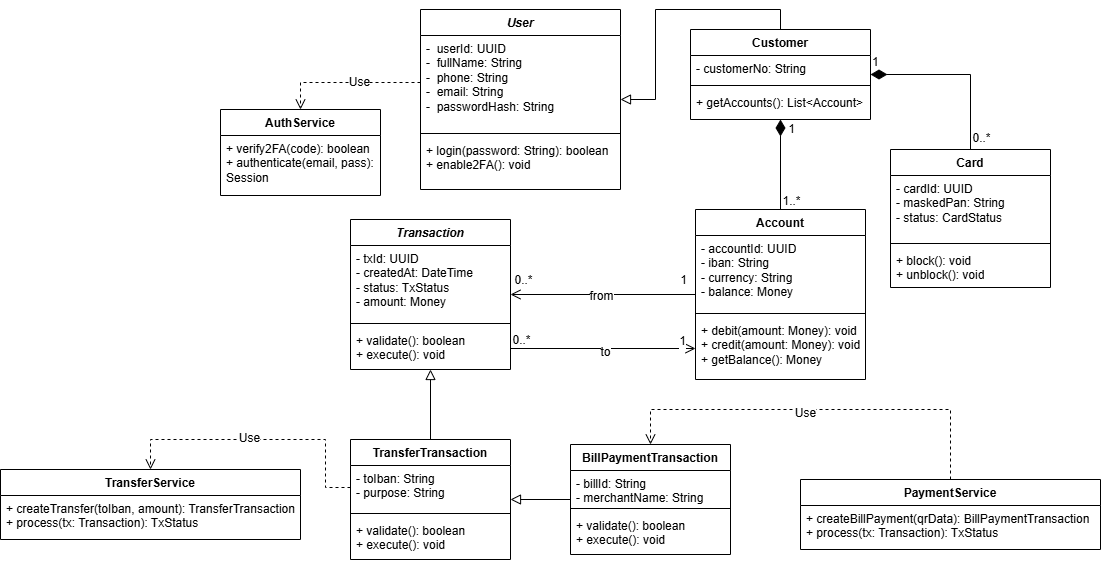
Before: images/CLASS_DIAGRAM.png, a diagram exported from draw.io (ParentFigure/SoftwareDocumentationLabs). Source tidied: cells renumbered, new cells last; positions are measured from the earlier drawing's top-left corner, leaving out a move shared by most shapes.
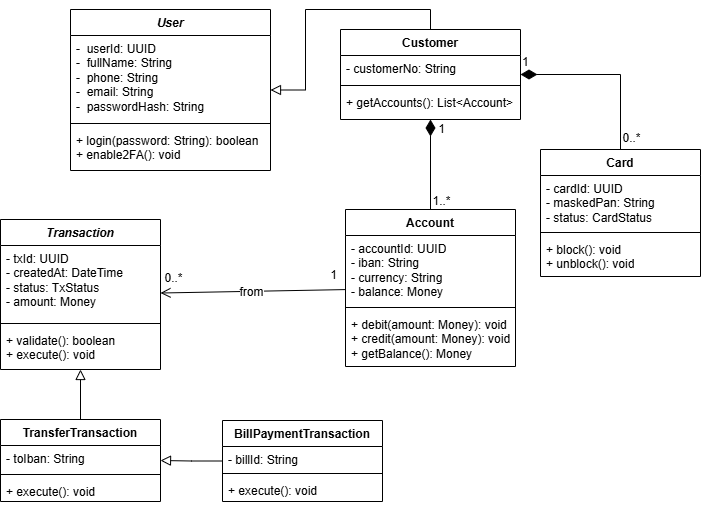
Above is the later version.

Commit message:
Simplified Class Diagram

What changed in the source:
```diff
@@ -3,16 +3,16 @@
     <mxCell id="0" />
     <mxCell id="1" parent="0" />
     <mxCell id="2" value="&lt;i&gt;User&lt;/i&gt;" style="swimlane;fontStyle=1;align=center;verticalAlign=top;horizontal=1;startSize=26;whiteSpace=wrap;html=1;" parent="1" vertex="1">
-      <mxGeometry x="420" width="200" height="180" as="geometry" />
+      <mxGeometry x="420" width="200" height="161" as="geometry" />
     </mxCell>
     <mxCell id="3" value="-&amp;nbsp; userId: UUID&lt;div&gt;-&amp;nbsp; fullName: String&lt;/div&gt;&lt;div&gt;-&amp;nbsp; phone: String&lt;/div&gt;&lt;div&gt;-&amp;nbsp; email: String&lt;/div&gt;&lt;div&gt;-&amp;nbsp; passwordHash: String&lt;/div&gt;" style="text;strokeColor=none;fillColor=none;align=left;verticalAlign=top;spacingLeft=4;spacingRight=4;overflow=hidden;points=[[0,0.5],[1,0.5]];portConstraint=eastwest;whiteSpace=wrap;html=1;" parent="2" vertex="1">
-      <mxGeometry y="26" width="200" height="94" as="geometry" />
+      <mxGeometry y="26" width="200" height="84" as="geometry" />
     </mxCell>
     <mxCell id="4" style="line;strokeWidth=1;fillColor=none;align=left;verticalAlign=middle;spacingTop=-1;spacingLeft=3;spacingRight=3;labelPosition=right;strokeColor=inherit;" parent="2" vertex="1">
-      <mxGeometry y="120" width="200" height="8" as="geometry" />
+      <mxGeometry y="110" width="200" height="8" as="geometry" />
     </mxCell>
     <mxCell id="5" value="+ login(password: String): boolean&lt;div&gt;+ enable2FA(): void&lt;/div&gt;" style="text;strokeColor=none;fillColor=none;align=left;verticalAlign=top;spacingLeft=4;spacingRight=4;overflow=hidden;whiteSpace=wrap;html=1;" parent="2" vertex="1">
-      <mxGeometry y="128" width="200" height="52" as="geometry" />
+      <mxGeometry y="118" width="200" height="43" as="geometry" />
     </mxCell>
     <mxCell id="6" style="edgeStyle=orthogonalEdgeStyle;rounded=0;jettySize=auto;html=1;exitX=0.5;exitY=0;exitDx=0;exitDy=0;fontSize=12;startSize=8;endSize=8;endArrow=block;endFill=0;" parent="1" edge="1" source="7" target="2">
       <mxGeometry relative="1" as="geometry" />
@@ -29,7 +29,7 @@
     <mxCell id="10" value="+ getAccounts(): List&amp;lt;Account&amp;gt;" style="text;strokeColor=none;fillColor=none;align=left;verticalAlign=top;spacingLeft=4;spacingRight=4;overflow=hidden;whiteSpace=wrap;html=1;" parent="7" vertex="1">
       <mxGeometry y="60" width="180" height="30" as="geometry" />
     </mxCell>
-    <mxCell id="11" style="edgeStyle=orthogonalEdgeStyle;rounded=0;jettySize=auto;html=1;fontSize=12;startSize=8;endSize=8;endArrow=open;endFill=0;startArrow=none;startFill=0;" parent="1" edge="1" source="15" target="28">
+    <mxCell id="11" style="rounded=0;jettySize=auto;html=1;fontSize=12;startSize=8;endSize=8;endArrow=open;endFill=0;startArrow=none;startFill=0;" parent="1" edge="1" source="15" target="28">
       <mxGeometry relative="1" as="geometry" />
     </mxCell>
     <mxCell id="12" value="1" style="edgeLabel;html=1;align=center;verticalAlign=middle;fontSize=12;" parent="11" vertex="1">
@@ -48,16 +48,16 @@
       </mxGeometry>
     </mxCell>
     <mxCell id="15" value="Account" style="swimlane;fontStyle=1;align=center;verticalAlign=top;horizontal=1;startSize=26;whiteSpace=wrap;html=1;" parent="1" vertex="1">
-      <mxGeometry x="695" y="200" width="170" height="170" as="geometry" />
+      <mxGeometry x="695" y="200" width="170" height="157" as="geometry" />
     </mxCell>
     <mxCell id="16" value="- accountId: UUID&lt;div&gt;- iban: String&lt;/div&gt;&lt;div&gt;- currency: String&lt;/div&gt;&lt;div&gt;- balance: Money&lt;/div&gt;" style="text;strokeColor=none;fillColor=none;align=left;verticalAlign=top;spacingLeft=4;spacingRight=4;overflow=hidden;whiteSpace=wrap;html=1;" parent="15" vertex="1">
-      <mxGeometry y="26" width="170" height="74" as="geometry" />
+      <mxGeometry y="26" width="170" height="68" as="geometry" />
     </mxCell>
     <mxCell id="17" style="line;strokeWidth=1;fillColor=none;align=left;verticalAlign=middle;spacingTop=-1;spacingLeft=3;spacingRight=3;labelPosition=right;strokeColor=inherit;" parent="15" vertex="1">
-      <mxGeometry y="100" width="170" height="8" as="geometry" />
+      <mxGeometry y="94" width="170" height="8" as="geometry" />
     </mxCell>
     <mxCell id="18" value="+ debit(amount: Money): void&lt;div&gt;+ credit(amount: Money): void&lt;/div&gt;&lt;div&gt;+ getBalance(): Money&lt;/div&gt;" style="text;strokeColor=none;fillColor=none;align=left;verticalAlign=top;spacingLeft=4;spacingRight=4;overflow=hidden;points=[[0,0.5],[1,0.5]];portConstraint=eastwest;whiteSpace=wrap;html=1;" parent="15" vertex="1">
-      <mxGeometry y="108" width="170" height="62" as="geometry" />
+      <mxGeometry y="102" width="170" height="55" as="geometry" />
     </mxCell>
     <mxCell id="19" style="endArrow=none;html=1;endSize=12;startArrow=diamondThin;startSize=14;startFill=1;edgeStyle=orthogonalEdgeStyle;align=left;verticalAlign=bottom;rounded=0;fontSize=12;entryX=0.5;entryY=0;entryDx=0;entryDy=0;endFill=0;" parent="1" edge="1" source="7" target="15">
       <mxGeometry x="-1" y="3" relative="1" as="geometry" />
@@ -73,16 +73,16 @@
       </mxGeometry>
     </mxCell>
     <mxCell id="22" value="Card" style="swimlane;fontStyle=1;align=center;verticalAlign=top;horizontal=1;startSize=26;whiteSpace=wrap;html=1;" parent="1" vertex="1">
-      <mxGeometry x="890" y="140" width="160" height="138" as="geometry" />
+      <mxGeometry x="890" y="140" width="160" height="127" as="geometry" />
     </mxCell>
     <mxCell id="23" value="- cardId: UUID&lt;div&gt;- maskedPan: String&lt;/div&gt;&lt;div&gt;- status: CardStatus&lt;/div&gt;" style="text;strokeColor=none;fillColor=none;align=left;verticalAlign=top;spacingLeft=4;spacingRight=4;overflow=hidden;whiteSpace=wrap;html=1;" parent="22" vertex="1">
-      <mxGeometry y="26" width="160" height="64" as="geometry" />
+      <mxGeometry y="26" width="160" height="53" as="geometry" />
     </mxCell>
     <mxCell id="24" style="line;strokeWidth=1;fillColor=none;align=left;verticalAlign=middle;spacingTop=-1;spacingLeft=3;spacingRight=3;labelPosition=right;strokeColor=inherit;" parent="22" vertex="1">
-      <mxGeometry y="90" width="160" height="8" as="geometry" />
+      <mxGeometry y="79" width="160" height="8" as="geometry" />
     </mxCell>
     <mxCell id="25" value="+ block(): void&lt;div&gt;+ unblock(): void&lt;/div&gt;" style="text;strokeColor=none;fillColor=none;align=left;verticalAlign=top;spacingLeft=4;spacingRight=4;overflow=hidden;whiteSpace=wrap;html=1;" parent="22" vertex="1">
-      <mxGeometry y="98" width="160" height="40" as="geometry" />
+      <mxGeometry y="87" width="160" height="40" as="geometry" />
     </mxCell>
     <mxCell id="26" value="1" style="endArrow=none;html=1;endSize=12;startArrow=diamondThin;startSize=14;startFill=1;edgeStyle=orthogonalEdgeStyle;align=left;verticalAlign=bottom;rounded=0;fontSize=12;endFill=0;" parent="1" edge="1" source="7" target="22">
       <mxGeometry x="-1" y="3" relative="1" as="geometry" />
@@ -108,94 +108,31 @@
       <mxGeometry relative="1" as="geometry" />
     </mxCell>
     <mxCell id="33" value="TransferTransaction" style="swimlane;fontStyle=1;align=center;verticalAlign=top;horizontal=1;startSize=26;whiteSpace=wrap;html=1;" parent="1" vertex="1">
-      <mxGeometry x="350" y="430" width="160" height="120" as="geometry" />
+      <mxGeometry x="350" y="410" width="160" height="82" as="geometry" />
     </mxCell>
-    <mxCell id="34" value="- toIban: String&lt;div&gt;- purpose: String&lt;/div&gt;" style="text;strokeColor=none;fillColor=none;align=left;verticalAlign=top;spacingLeft=4;spacingRight=4;overflow=hidden;points=[[0,0.5],[1,0.5]];portConstraint=eastwest;whiteSpace=wrap;html=1;" parent="33" vertex="1">
-      <mxGeometry y="26" width="160" height="44" as="geometry" />
+    <mxCell id="34" value="- toIban: String" style="text;strokeColor=none;fillColor=none;align=left;verticalAlign=top;spacingLeft=4;spacingRight=4;overflow=hidden;points=[[0,0.5],[1,0.5]];portConstraint=eastwest;whiteSpace=wrap;html=1;" parent="33" vertex="1">
+      <mxGeometry y="26" width="160" height="25" as="geometry" />
     </mxCell>
     <mxCell id="35" style="line;strokeWidth=1;fillColor=none;align=left;verticalAlign=middle;spacingTop=-1;spacingLeft=3;spacingRight=3;labelPosition=right;strokeColor=inherit;" parent="33" vertex="1">
-      <mxGeometry y="70" width="160" height="8" as="geometry" />
+      <mxGeometry y="51" width="160" height="8" as="geometry" />
     </mxCell>
-    <mxCell id="36" value="+ validate(): boolean&lt;div&gt;+ execute(): void&lt;/div&gt;" style="text;strokeColor=none;fillColor=none;align=left;verticalAlign=top;spacingLeft=4;spacingRight=4;overflow=hidden;whiteSpace=wrap;html=1;" parent="33" vertex="1">
-      <mxGeometry y="78" width="160" height="42" as="geometry" />
+    <mxCell id="36" value="&lt;div&gt;+ execute(): void&lt;/div&gt;" style="text;strokeColor=none;fillColor=none;align=left;verticalAlign=top;spacingLeft=4;spacingRight=4;overflow=hidden;whiteSpace=wrap;html=1;" parent="33" vertex="1">
+      <mxGeometry y="59" width="160" height="23" as="geometry" />
     </mxCell>
     <mxCell id="37" style="edgeStyle=orthogonalEdgeStyle;rounded=0;jettySize=auto;html=1;fontSize=12;startSize=8;endSize=8;endArrow=block;endFill=0;" parent="1" edge="1" source="38" target="33">
       <mxGeometry relative="1" as="geometry" />
     </mxCell>
     <mxCell id="38" value="BillPaymentTransaction" style="swimlane;fontStyle=1;align=center;verticalAlign=top;horizontal=1;startSize=26;whiteSpace=wrap;html=1;" parent="1" vertex="1">
-      <mxGeometry x="570" y="435" width="160" height="110" as="geometry" />
+      <mxGeometry x="572" y="411" width="160" height="81" as="geometry" />
     </mxCell>
-    <mxCell id="39" value="- billId: String&lt;div&gt;- merchantName: String&lt;/div&gt;" style="text;strokeColor=none;fillColor=none;align=left;verticalAlign=top;spacingLeft=4;spacingRight=4;overflow=hidden;whiteSpace=wrap;html=1;" parent="38" vertex="1">
-      <mxGeometry y="26" width="160" height="34" as="geometry" />
+    <mxCell id="39" value="- billId: String" style="text;strokeColor=none;fillColor=none;align=left;verticalAlign=top;spacingLeft=4;spacingRight=4;overflow=hidden;whiteSpace=wrap;html=1;" parent="38" vertex="1">
+      <mxGeometry y="26" width="160" height="23" as="geometry" />
     </mxCell>
     <mxCell id="40" style="line;strokeWidth=1;fillColor=none;align=left;verticalAlign=middle;spacingTop=-1;spacingLeft=3;spacingRight=3;labelPosition=right;strokeColor=inherit;" parent="38" vertex="1">
-      <mxGeometry y="60" width="160" height="8" as="geometry" />
+      <mxGeometry y="49" width="160" height="8" as="geometry" />
     </mxCell>
-    <mxCell id="41" value="+ validate(): boolean&lt;div&gt;+ execute(): void&lt;/div&gt;" style="text;strokeColor=none;fillColor=none;align=left;verticalAlign=top;spacingLeft=4;spacingRight=4;overflow=hidden;whiteSpace=wrap;html=1;" parent="38" vertex="1">
-      <mxGeometry y="68" width="160" height="42" as="geometry" />
+    <mxCell id="41" value="&lt;div&gt;+ execute(): void&lt;/div&gt;" style="text;strokeColor=none;fillColor=none;align=left;verticalAlign=top;spacingLeft=4;spacingRight=4;overflow=hidden;whiteSpace=wrap;html=1;" parent="38" vertex="1">
+      <mxGeometry y="57" width="160" height="24" as="geometry" />
     </mxCell>
-    <mxCell id="42" value="AuthService" style="swimlane;fontStyle=1;align=center;verticalAlign=top;horizontal=1;startSize=26;whiteSpace=wrap;html=1;" parent="1" vertex="1">
-      <mxGeometry x="220" y="100" width="160" height="86" as="geometry" />
-    </mxCell>
-    <mxCell id="43" value="+ verify2FA(code): boolean&lt;div&gt;+ authenticate(email, pass): Session&lt;/div&gt;" style="text;strokeColor=none;fillColor=none;align=left;verticalAlign=top;spacingLeft=4;spacingRight=4;overflow=hidden;whiteSpace=wrap;html=1;" parent="42" vertex="1">
-      <mxGeometry y="26" width="160" height="60" as="geometry" />
-    </mxCell>
-    <mxCell id="44" style="edgeStyle=orthogonalEdgeStyle;rounded=0;jettySize=auto;html=1;exitX=0.5;exitY=0;exitDx=0;exitDy=0;entryX=0.5;entryY=0;entryDx=0;entryDy=0;fontSize=12;startSize=8;endSize=8;endArrow=open;endFill=0;dashed=1;" parent="1" edge="1" source="46" target="38">
-      <mxGeometry relative="1" as="geometry">
-        <Array as="points">
-          <mxPoint x="950" y="400" />
-          <mxPoint x="650" y="400" />
-        </Array>
-      </mxGeometry>
-    </mxCell>
-    <mxCell id="45" value="Use" style="edgeLabel;html=1;align=center;verticalAlign=middle;fontSize=12;" parent="44" vertex="1">
-      <mxGeometry x="0.06" y="3" relative="1" as="geometry">
-        <mxPoint x="-1" as="offset" />
-      </mxGeometry>
-    </mxCell>
-    <mxCell id="46" value="PaymentService" style="swimlane;fontStyle=1;align=center;verticalAlign=top;horizontal=1;startSize=26;whiteSpace=wrap;html=1;" parent="1" vertex="1">
-      <mxGeometry x="800" y="470" width="300" height="70" as="geometry" />
-    </mxCell>
-    <mxCell id="47" value="+ createBillPayment(qrData): BillPaymentTransaction&lt;div&gt;+ process(tx: Transaction): TxStatus&lt;/div&gt;" style="text;strokeColor=none;fillColor=none;align=left;verticalAlign=top;spacingLeft=4;spacingRight=4;overflow=hidden;whiteSpace=wrap;html=1;" parent="46" vertex="1">
-      <mxGeometry y="26" width="300" height="44" as="geometry" />
-    </mxCell>
-    <mxCell id="48" value="TransferService" style="swimlane;fontStyle=1;align=center;verticalAlign=top;horizontal=1;startSize=26;whiteSpace=wrap;html=1;" parent="1" vertex="1">
-      <mxGeometry y="460" width="300" height="70" as="geometry" />
-    </mxCell>
-    <mxCell id="49" value="+ createTransfer(toIban, amount): TransferTransaction&lt;div&gt;+ process(tx: Transaction): TxStatus&lt;/div&gt;" style="text;strokeColor=none;fillColor=none;align=left;verticalAlign=top;spacingLeft=4;spacingRight=4;overflow=hidden;whiteSpace=wrap;html=1;" parent="48" vertex="1">
-      <mxGeometry y="26" width="300" height="44" as="geometry" />
-    </mxCell>
-    <mxCell id="50" style="edgeStyle=orthogonalEdgeStyle;rounded=0;jettySize=auto;html=1;exitX=0;exitY=0.5;exitDx=0;exitDy=0;fontSize=12;startSize=8;endSize=8;entryX=0.5;entryY=0;entryDx=0;entryDy=0;endArrow=open;endFill=0;dashed=1;" parent="1" edge="1" source="3" target="42">
-      <mxGeometry relative="1" as="geometry" />
-    </mxCell>
-    <mxCell id="51" value="Use" style="edgeLabel;html=1;align=center;verticalAlign=middle;fontSize=12;" parent="50" vertex="1">
-      <mxGeometry x="-0.15" y="-1" relative="1" as="geometry" />
-    </mxCell>
-    <mxCell id="52" style="edgeStyle=orthogonalEdgeStyle;rounded=0;jettySize=auto;html=1;exitX=0;exitY=0.5;exitDx=0;exitDy=0;entryX=0.5;entryY=0;entryDx=0;entryDy=0;fontSize=12;startSize=8;endSize=8;endArrow=open;endFill=0;dashed=1;" parent="1" edge="1" source="34" target="48">
-      <mxGeometry relative="1" as="geometry">
-        <Array as="points">
-          <mxPoint x="325" y="478" />
-          <mxPoint x="325" y="430" />
-          <mxPoint x="150" y="430" />
-        </Array>
-      </mxGeometry>
-    </mxCell>
-    <mxCell id="53" value="Use" style="edgeLabel;html=1;align=center;verticalAlign=middle;fontSize=12;" parent="52" vertex="1">
-      <mxGeometry x="0.08" y="-2" relative="1" as="geometry" />
-    </mxCell>
-    <mxCell id="54" style="edgeStyle=none;curved=1;rounded=0;jettySize=auto;html=1;exitX=1;exitY=0.5;exitDx=0;exitDy=0;entryX=0;entryY=0.5;entryDx=0;entryDy=0;fontSize=12;startSize=8;endSize=8;endArrow=open;endFill=0;" parent="1" edge="1" source="31" target="18">
-      <mxGeometry relative="1" as="geometry" />
-    </mxCell>
-    <mxCell id="55" value="to" style="edgeLabel;html=1;align=center;verticalAlign=middle;fontSize=12;" parent="54" vertex="1">
-      <mxGeometry x="0.01" y="-3" relative="1" as="geometry" />
-    </mxCell>
-    <mxCell id="56" value="1" style="edgeLabel;html=1;align=center;verticalAlign=middle;fontSize=12;" parent="1" vertex="1">
-      <mxGeometry x="680" y="320" as="geometry">
-        <mxPoint x="1" y="11" as="offset" />
-      </mxGeometry>
-    </mxCell>
-    <mxCell id="57" value="0..*" style="edgeLabel;html=1;align=center;verticalAlign=middle;fontSize=12;" parent="1" vertex="1">
-      <mxGeometry x="520" y="330" as="geometry" />
-    </mxCell>
   </root>
 </mxGraphModel>
```
